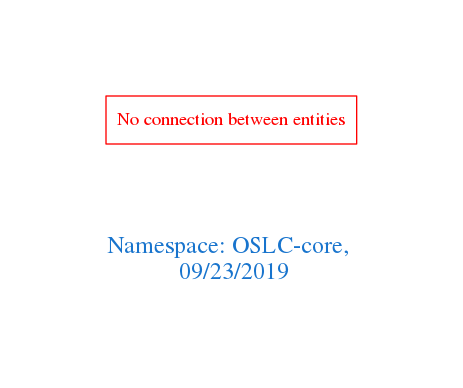
Before: downloads/OSLC-core.png, a diagram exported from Graphviz (arago/OGIT). Its source is kept beside it as downloads/OSLC-core.dot.
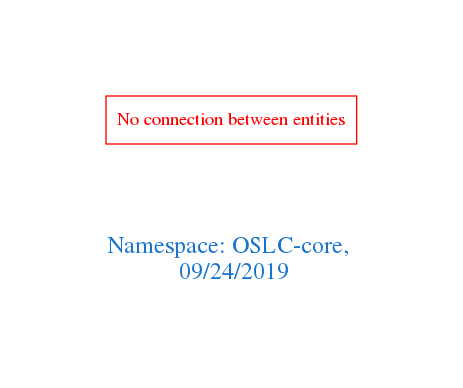
Above is the later version.

The edit, as a diff of the source:
```diff
@@ -1,7 +1,7 @@
 digraph OGIT_ontology {
  graph [ rankdir= LR,pad=1
 fontsize = 18,
-fontcolor= dodgerblue3,label = "\n\n\nNamespace: OSLC-core, \n 09/23/2019"];
+fontcolor= dodgerblue3,label = "\n\n\nNamespace: OSLC-core, \n 09/24/2019"];
 node[shape=polygon];
 edge [  color="gray81"];
 
```
